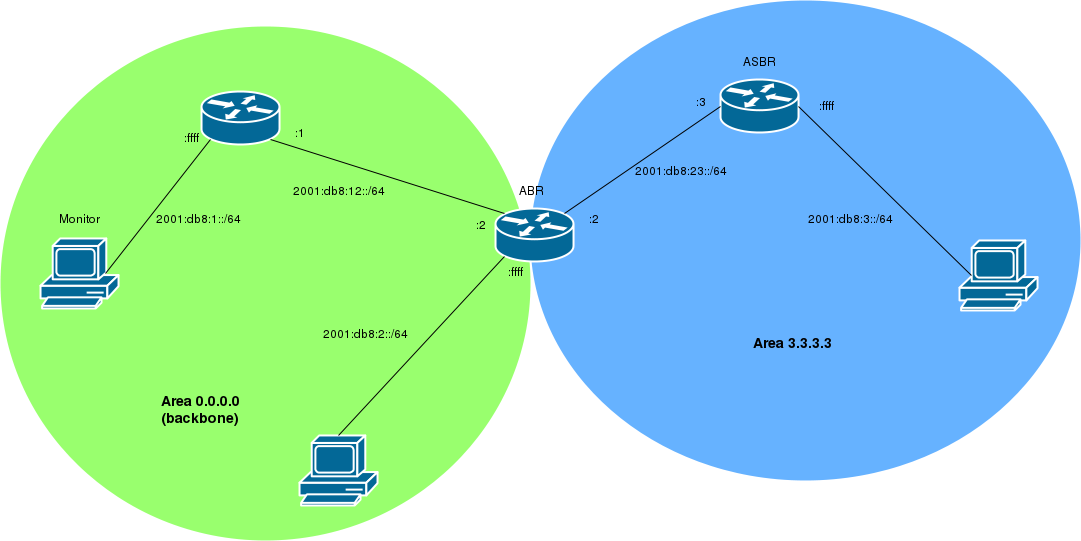
The draw.io diagram image/4/lsa4.png in werew/tpreseau, before a commit. Source tidied: cells renumbered, new cells last; positions are measured from the earlier drawing's top-left corner, leaving out a move shared by most shapes. Its diagram source:
```xml
<mxGraphModel background="#ffffff">
  <root>
    <mxCell id="0" />
    <mxCell id="1" parent="0" />
    <mxCell id="2" style="ellipse;whiteSpace=wrap;html=1;fillColor=#66B2FF;strokeColor=none;" parent="1" vertex="1">
      <mxGeometry x="530" width="550" height="480" as="geometry" />
    </mxCell>
    <mxCell id="3" style="ellipse;whiteSpace=wrap;html=1;fillColor=#99FF6E;strokeColor=none;" parent="1" vertex="1">
      <mxGeometry y="26" width="530" height="514" as="geometry" />
    </mxCell>
    <mxCell id="4" style="shape=mxgraph.cisco.routers.router;html=1;dashed=0;fillColor=#036897;strokeColor=#ffffff;strokeWidth=2;verticalLabelPosition=bottom;verticalAlign=top;" parent="1" vertex="1">
      <mxGeometry x="201" y="91" width="78" height="53" as="geometry" />
    </mxCell>
    <mxCell id="5" style="shape=mxgraph.cisco.routers.router;html=1;dashed=0;fillColor=#036897;strokeColor=#ffffff;strokeWidth=2;verticalLabelPosition=bottom;verticalAlign=top;" parent="1" vertex="1">
      <mxGeometry x="495" y="208" width="78" height="53" as="geometry" />
    </mxCell>
    <mxCell id="6" style="shape=mxgraph.cisco.routers.router;html=1;dashed=0;fillColor=#036897;strokeColor=#ffffff;strokeWidth=2;verticalLabelPosition=bottom;verticalAlign=top;" parent="1" vertex="1">
      <mxGeometry x="720" y="79" width="78" height="53" as="geometry" />
    </mxCell>
    <mxCell id="7" style="shape=mxgraph.cisco.computers_and_peripherals.pc;html=1;dashed=0;fillColor=#036897;strokeColor=#ffffff;strokeWidth=2;verticalLabelPosition=bottom;verticalAlign=top;" parent="1" vertex="1">
      <mxGeometry x="40" y="238" width="78" height="70" as="geometry" />
    </mxCell>
    <mxCell id="8" style="shape=mxgraph.cisco.computers_and_peripherals.pc;html=1;dashed=0;fillColor=#036897;strokeColor=#ffffff;strokeWidth=2;verticalLabelPosition=bottom;verticalAlign=top;" parent="1" vertex="1">
      <mxGeometry x="299" y="435" width="78" height="70" as="geometry" />
    </mxCell>
    <mxCell id="9" style="shape=mxgraph.cisco.computers_and_peripherals.pc;html=1;dashed=0;fillColor=#036897;strokeColor=#ffffff;strokeWidth=2;verticalLabelPosition=bottom;verticalAlign=top;" parent="1" vertex="1">
      <mxGeometry x="959" y="240" width="78" height="70" as="geometry" />
    </mxCell>
    <mxCell id="10" style="endArrow=none;html=1;entryX=0.88;entryY=0.9;entryPerimeter=0;exitX=0.12;exitY=0.1;exitPerimeter=0;" parent="1" edge="1" source="5" target="4">
      <mxGeometry relative="1" as="geometry" />
    </mxCell>
    <mxCell id="11" style="endArrow=none;html=1;exitX=0.88;exitY=0.1;exitPerimeter=0;entryX=0;entryY=0.5;entryPerimeter=0;" parent="1" edge="1" source="5" target="6">
      <mxGeometry relative="1" as="geometry" />
    </mxCell>
    <mxCell id="12" style="endArrow=none;html=1;exitX=1;exitY=0.5;exitPerimeter=0;entryX=0.16;entryY=0.5;entryPerimeter=0;" parent="1" edge="1" source="6" target="9">
      <mxGeometry relative="1" as="geometry" />
    </mxCell>
    <mxCell id="13" style="endArrow=none;html=1;entryX=0.12;entryY=0.9;entryPerimeter=0;exitX=0.5;exitY=0;exitPerimeter=0;" parent="1" edge="1" source="8" target="5">
      <mxGeometry relative="1" as="geometry" />
    </mxCell>
    <mxCell id="14" style="endArrow=none;html=1;exitX=0.83;exitY=0.5;exitPerimeter=0;entryX=0.12;entryY=0.9;entryPerimeter=0;" parent="1" edge="1" source="7" target="4">
      <mxGeometry relative="1" as="geometry" />
    </mxCell>
    <mxCell id="15" value="&lt;b&gt;&lt;font style=&quot;font-size: 14px&quot;&gt;Area 0.0.0.0&lt;br&gt;(backbone)&lt;br&gt;&lt;/font&gt;&lt;/b&gt;" style="text;html=1;strokeColor=none;fillColor=none;align=center;verticalAlign=middle;whiteSpace=wrap;" parent="1" vertex="1">
      <mxGeometry x="148" y="383" width="102" height="52" as="geometry" />
    </mxCell>
    <mxCell id="16" value="&lt;font style=&quot;font-size: 14px&quot;&gt;&lt;b&gt;Area 3.3.3.3&lt;br&gt;&lt;/b&gt;&lt;/font&gt;" style="text;html=1;strokeColor=none;fillColor=none;align=center;verticalAlign=middle;whiteSpace=wrap;" parent="1" vertex="1">
      <mxGeometry x="746" y="320" width="90" height="45" as="geometry" />
    </mxCell>
    <mxCell id="17" value="2001:db8:12::/64" style="text;html=1;strokeColor=none;fillColor=none;align=center;verticalAlign=middle;whiteSpace=wrap;" parent="1" vertex="1">
      <mxGeometry x="294" y="180" width="88" height="20" as="geometry" />
    </mxCell>
    <mxCell id="18" value="2001:db8:23::/64" style="text;html=1;strokeColor=none;fillColor=none;align=center;verticalAlign=middle;whiteSpace=wrap;" parent="1" vertex="1">
      <mxGeometry x="660" y="160" width="40" height="20" as="geometry" />
    </mxCell>
    <mxCell id="19" value="2001:db8:1::/64" style="text;html=1;strokeColor=none;fillColor=none;align=center;verticalAlign=middle;whiteSpace=wrap;" parent="1" vertex="1">
      <mxGeometry x="178" y="208" width="40" height="20" as="geometry" />
    </mxCell>
    <mxCell id="20" value="2001:db8:2::/64" style="text;html=1;strokeColor=none;fillColor=none;align=center;verticalAlign=middle;whiteSpace=wrap;" parent="1" vertex="1">
      <mxGeometry x="330" y="323" width="70" height="20" as="geometry" />
    </mxCell>
    <mxCell id="21" value="2001:db8:3::/64" style="text;html=1;strokeColor=none;fillColor=none;align=center;verticalAlign=middle;whiteSpace=wrap;" parent="1" vertex="1">
      <mxGeometry x="805" y="208" width="90" height="20" as="geometry" />
    </mxCell>
    <mxCell id="22" value="Monitor" style="text;html=1;strokeColor=none;fillColor=none;align=center;verticalAlign=middle;whiteSpace=wrap;" parent="1" vertex="1">
      <mxGeometry x="59" y="208" width="40" height="20" as="geometry" />
    </mxCell>
    <mxCell id="23" value="ABR" style="text;html=1;strokeColor=none;fillColor=none;align=center;verticalAlign=middle;whiteSpace=wrap;" parent="1" vertex="1">
      <mxGeometry x="510" y="180" width="40" height="20" as="geometry" />
    </mxCell>
    <mxCell id="24" value="ASBR" style="text;html=1;strokeColor=none;fillColor=none;align=center;verticalAlign=middle;whiteSpace=wrap;" parent="1" vertex="1">
      <mxGeometry x="739" y="51" width="40" height="20" as="geometry" />
    </mxCell>
    <mxCell id="25" value=":ffff" style="text;html=1;strokeColor=none;fillColor=none;align=center;verticalAlign=middle;whiteSpace=wrap;" parent="1" vertex="1">
      <mxGeometry x="170" y="127" width="40" height="20" as="geometry" />
    </mxCell>
    <mxCell id="26" value=":1" style="text;html=1;strokeColor=none;fillColor=none;align=center;verticalAlign=middle;whiteSpace=wrap;" parent="1" vertex="1">
      <mxGeometry x="279" y="122" width="40" height="20" as="geometry" />
    </mxCell>
    <mxCell id="27" value=":2" style="text;html=1;strokeColor=none;fillColor=none;align=center;verticalAlign=middle;whiteSpace=wrap;" parent="1" vertex="1">
      <mxGeometry x="460" y="214" width="40" height="20" as="geometry" />
    </mxCell>
    <mxCell id="28" value=":ffff" style="text;html=1;strokeColor=none;fillColor=none;align=center;verticalAlign=middle;whiteSpace=wrap;" parent="1" vertex="1">
      <mxGeometry x="494" y="261" width="40" height="20" as="geometry" />
    </mxCell>
    <mxCell id="29" value=":2" style="text;html=1;strokeColor=none;fillColor=none;align=center;verticalAlign=middle;whiteSpace=wrap;" parent="1" vertex="1">
      <mxGeometry x="573" y="208" width="40" height="20" as="geometry" />
    </mxCell>
    <mxCell id="30" value=":3" style="text;html=1;strokeColor=none;fillColor=none;align=center;verticalAlign=middle;whiteSpace=wrap;" parent="1" vertex="1">
      <mxGeometry x="680" y="91" width="40" height="20" as="geometry" />
    </mxCell>
    <mxCell id="31" value=":ffff" style="text;html=1;strokeColor=none;fillColor=none;align=center;verticalAlign=middle;whiteSpace=wrap;" parent="1" vertex="1">
      <mxGeometry x="805" y="95" width="40" height="20" as="geometry" />
    </mxCell>
  </root>
</mxGraphModel>
```
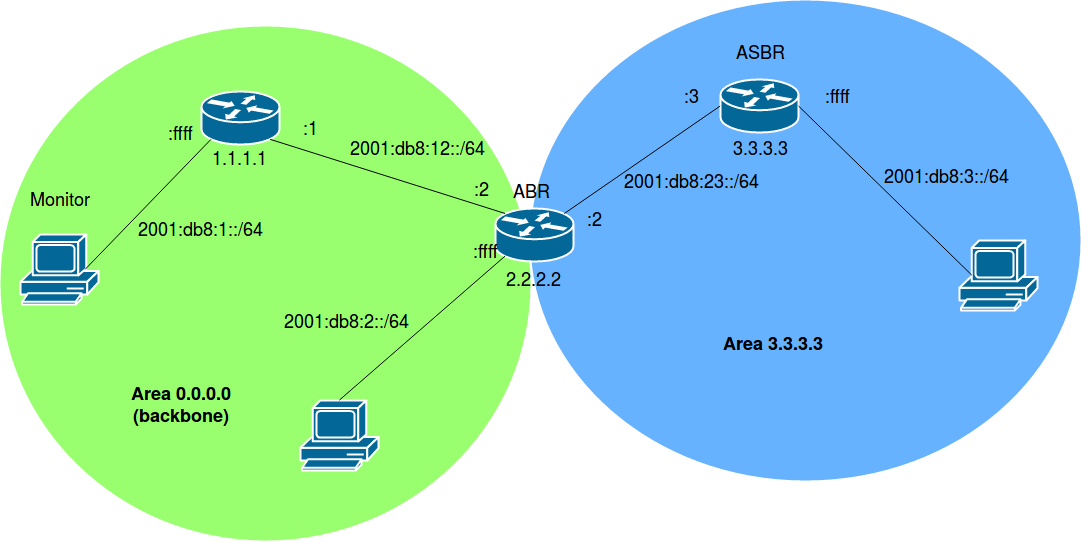
After the change.

What changed in the source:
```diff
@@ -18,10 +18,10 @@
       <mxGeometry x="720" y="79" width="78" height="53" as="geometry" />
     </mxCell>
     <mxCell id="7" style="shape=mxgraph.cisco.computers_and_peripherals.pc;html=1;dashed=0;fillColor=#036897;strokeColor=#ffffff;strokeWidth=2;verticalLabelPosition=bottom;verticalAlign=top;" parent="1" vertex="1">
-      <mxGeometry x="40" y="238" width="78" height="70" as="geometry" />
+      <mxGeometry x="20" y="234" width="78" height="70" as="geometry" />
     </mxCell>
     <mxCell id="8" style="shape=mxgraph.cisco.computers_and_peripherals.pc;html=1;dashed=0;fillColor=#036897;strokeColor=#ffffff;strokeWidth=2;verticalLabelPosition=bottom;verticalAlign=top;" parent="1" vertex="1">
-      <mxGeometry x="299" y="435" width="78" height="70" as="geometry" />
+      <mxGeometry x="300" y="400" width="78" height="70" as="geometry" />
     </mxCell>
     <mxCell id="9" style="shape=mxgraph.cisco.computers_and_peripherals.pc;html=1;dashed=0;fillColor=#036897;strokeColor=#ffffff;strokeWidth=2;verticalLabelPosition=bottom;verticalAlign=top;" parent="1" vertex="1">
       <mxGeometry x="959" y="240" width="78" height="70" as="geometry" />
@@ -41,56 +41,65 @@
     <mxCell id="14" style="endArrow=none;html=1;exitX=0.83;exitY=0.5;exitPerimeter=0;entryX=0.12;entryY=0.9;entryPerimeter=0;" parent="1" edge="1" source="7" target="4">
       <mxGeometry relative="1" as="geometry" />
     </mxCell>
-    <mxCell id="15" value="&lt;b&gt;&lt;font style=&quot;font-size: 14px&quot;&gt;Area 0.0.0.0&lt;br&gt;(backbone)&lt;br&gt;&lt;/font&gt;&lt;/b&gt;" style="text;html=1;strokeColor=none;fillColor=none;align=center;verticalAlign=middle;whiteSpace=wrap;" parent="1" vertex="1">
-      <mxGeometry x="148" y="383" width="102" height="52" as="geometry" />
-    </mxCell>
-    <mxCell id="16" value="&lt;font style=&quot;font-size: 14px&quot;&gt;&lt;b&gt;Area 3.3.3.3&lt;br&gt;&lt;/b&gt;&lt;/font&gt;" style="text;html=1;strokeColor=none;fillColor=none;align=center;verticalAlign=middle;whiteSpace=wrap;" parent="1" vertex="1">
-      <mxGeometry x="746" y="320" width="90" height="45" as="geometry" />
+    <mxCell id="16" value="&lt;font style=&quot;font-size: 18px&quot;&gt;&lt;b&gt;Area 3.3.3.3&lt;br&gt;&lt;/b&gt;&lt;/font&gt;" style="text;html=1;strokeColor=none;fillColor=none;align=center;verticalAlign=middle;whiteSpace=wrap;" parent="1" vertex="1">
+      <mxGeometry x="710" y="320" width="126" height="45" as="geometry" />
     </mxCell>
-    <mxCell id="17" value="2001:db8:12::/64" style="text;html=1;strokeColor=none;fillColor=none;align=center;verticalAlign=middle;whiteSpace=wrap;" parent="1" vertex="1">
-      <mxGeometry x="294" y="180" width="88" height="20" as="geometry" />
+    <mxCell id="17" value="&lt;font style=&quot;font-size: 18px&quot;&gt;2001:db8:12::/64&lt;/font&gt;" style="text;html=1;strokeColor=none;fillColor=none;align=center;verticalAlign=middle;whiteSpace=wrap;" parent="1" vertex="1">
+      <mxGeometry x="372" y="137" width="88" height="20" as="geometry" />
     </mxCell>
-    <mxCell id="18" value="2001:db8:23::/64" style="text;html=1;strokeColor=none;fillColor=none;align=center;verticalAlign=middle;whiteSpace=wrap;" parent="1" vertex="1">
-      <mxGeometry x="660" y="160" width="40" height="20" as="geometry" />
+    <mxCell id="18" value="&lt;font style=&quot;font-size: 18px&quot;&gt;2001:db8:23::/64&lt;/font&gt;" style="text;html=1;strokeColor=none;fillColor=none;align=center;verticalAlign=middle;whiteSpace=wrap;" parent="1" vertex="1">
+      <mxGeometry x="670" y="170" width="40" height="20" as="geometry" />
     </mxCell>
-    <mxCell id="19" value="2001:db8:1::/64" style="text;html=1;strokeColor=none;fillColor=none;align=center;verticalAlign=middle;whiteSpace=wrap;" parent="1" vertex="1">
-      <mxGeometry x="178" y="208" width="40" height="20" as="geometry" />
+    <mxCell id="19" value="&lt;font style=&quot;font-size: 18px&quot;&gt;2001:db8:1::/64&lt;/font&gt;" style="text;html=1;strokeColor=none;fillColor=none;align=center;verticalAlign=middle;whiteSpace=wrap;" parent="1" vertex="1">
+      <mxGeometry x="180" y="218" width="40" height="20" as="geometry" />
     </mxCell>
-    <mxCell id="20" value="2001:db8:2::/64" style="text;html=1;strokeColor=none;fillColor=none;align=center;verticalAlign=middle;whiteSpace=wrap;" parent="1" vertex="1">
-      <mxGeometry x="330" y="323" width="70" height="20" as="geometry" />
+    <mxCell id="20" value="&lt;font style=&quot;font-size: 18px&quot;&gt;2001:db8:2::/64&lt;/font&gt;" style="text;html=1;strokeColor=none;fillColor=none;align=center;verticalAlign=middle;whiteSpace=wrap;" parent="1" vertex="1">
+      <mxGeometry x="310" y="310" width="70" height="20" as="geometry" />
     </mxCell>
-    <mxCell id="21" value="2001:db8:3::/64" style="text;html=1;strokeColor=none;fillColor=none;align=center;verticalAlign=middle;whiteSpace=wrap;" parent="1" vertex="1">
-      <mxGeometry x="805" y="208" width="90" height="20" as="geometry" />
+    <mxCell id="21" value="&lt;font style=&quot;font-size: 18px&quot;&gt;2001:db8:3::/64&lt;/font&gt;" style="text;html=1;strokeColor=none;fillColor=none;align=center;verticalAlign=middle;whiteSpace=wrap;" parent="1" vertex="1">
+      <mxGeometry x="900" y="165" width="90" height="20" as="geometry" />
     </mxCell>
-    <mxCell id="22" value="Monitor" style="text;html=1;strokeColor=none;fillColor=none;align=center;verticalAlign=middle;whiteSpace=wrap;" parent="1" vertex="1">
-      <mxGeometry x="59" y="208" width="40" height="20" as="geometry" />
+    <mxCell id="22" value="&lt;font style=&quot;font-size: 18px&quot;&gt;Monitor&lt;/font&gt;" style="text;html=1;strokeColor=none;fillColor=none;align=center;verticalAlign=middle;whiteSpace=wrap;" parent="1" vertex="1">
+      <mxGeometry x="39" y="188" width="40" height="20" as="geometry" />
     </mxCell>
-    <mxCell id="23" value="ABR" style="text;html=1;strokeColor=none;fillColor=none;align=center;verticalAlign=middle;whiteSpace=wrap;" parent="1" vertex="1">
+    <mxCell id="23" value="&lt;font style=&quot;font-size: 18px&quot;&gt;ABR&lt;/font&gt;" style="text;html=1;strokeColor=none;fillColor=none;align=center;verticalAlign=middle;whiteSpace=wrap;" parent="1" vertex="1">
       <mxGeometry x="510" y="180" width="40" height="20" as="geometry" />
     </mxCell>
-    <mxCell id="24" value="ASBR" style="text;html=1;strokeColor=none;fillColor=none;align=center;verticalAlign=middle;whiteSpace=wrap;" parent="1" vertex="1">
-      <mxGeometry x="739" y="51" width="40" height="20" as="geometry" />
+    <mxCell id="24" value="&lt;font style=&quot;font-size: 18px&quot;&gt;ASBR&lt;/font&gt;" style="text;html=1;strokeColor=none;fillColor=none;align=center;verticalAlign=middle;whiteSpace=wrap;" parent="1" vertex="1">
+      <mxGeometry x="739" y="41" width="40" height="20" as="geometry" />
     </mxCell>
-    <mxCell id="25" value=":ffff" style="text;html=1;strokeColor=none;fillColor=none;align=center;verticalAlign=middle;whiteSpace=wrap;" parent="1" vertex="1">
-      <mxGeometry x="170" y="127" width="40" height="20" as="geometry" />
+    <mxCell id="25" value="&lt;font style=&quot;font-size: 18px&quot;&gt;:ffff&lt;/font&gt;" style="text;html=1;strokeColor=none;fillColor=none;align=center;verticalAlign=middle;whiteSpace=wrap;" parent="1" vertex="1">
+      <mxGeometry x="160" y="122" width="40" height="20" as="geometry" />
     </mxCell>
-    <mxCell id="26" value=":1" style="text;html=1;strokeColor=none;fillColor=none;align=center;verticalAlign=middle;whiteSpace=wrap;" parent="1" vertex="1">
-      <mxGeometry x="279" y="122" width="40" height="20" as="geometry" />
+    <mxCell id="26" value="&lt;font style=&quot;font-size: 18px&quot;&gt;:1&lt;/font&gt;" style="text;html=1;strokeColor=none;fillColor=none;align=center;verticalAlign=middle;whiteSpace=wrap;" parent="1" vertex="1">
+      <mxGeometry x="290" y="117" width="40" height="20" as="geometry" />
     </mxCell>
-    <mxCell id="27" value=":2" style="text;html=1;strokeColor=none;fillColor=none;align=center;verticalAlign=middle;whiteSpace=wrap;" parent="1" vertex="1">
-      <mxGeometry x="460" y="214" width="40" height="20" as="geometry" />
+    <mxCell id="27" value="&lt;font style=&quot;font-size: 18px&quot;&gt;:2&lt;/font&gt;" style="text;html=1;strokeColor=none;fillColor=none;align=center;verticalAlign=middle;whiteSpace=wrap;" parent="1" vertex="1">
+      <mxGeometry x="460" y="178" width="40" height="20" as="geometry" />
     </mxCell>
-    <mxCell id="28" value=":ffff" style="text;html=1;strokeColor=none;fillColor=none;align=center;verticalAlign=middle;whiteSpace=wrap;" parent="1" vertex="1">
-      <mxGeometry x="494" y="261" width="40" height="20" as="geometry" />
+    <mxCell id="28" value="&lt;font style=&quot;font-size: 18px&quot;&gt;:ffff&lt;/font&gt;" style="text;html=1;strokeColor=none;fillColor=none;align=center;verticalAlign=middle;whiteSpace=wrap;" parent="1" vertex="1">
+      <mxGeometry x="464" y="240" width="40" height="20" as="geometry" />
     </mxCell>
-    <mxCell id="29" value=":2" style="text;html=1;strokeColor=none;fillColor=none;align=center;verticalAlign=middle;whiteSpace=wrap;" parent="1" vertex="1">
+    <mxCell id="29" value="&lt;font style=&quot;font-size: 18px&quot;&gt;:2&lt;/font&gt;" style="text;html=1;strokeColor=none;fillColor=none;align=center;verticalAlign=middle;whiteSpace=wrap;" parent="1" vertex="1">
       <mxGeometry x="573" y="208" width="40" height="20" as="geometry" />
     </mxCell>
-    <mxCell id="30" value=":3" style="text;html=1;strokeColor=none;fillColor=none;align=center;verticalAlign=middle;whiteSpace=wrap;" parent="1" vertex="1">
-      <mxGeometry x="680" y="91" width="40" height="20" as="geometry" />
+    <mxCell id="30" value="&lt;font style=&quot;font-size: 18px&quot;&gt;:3&lt;/font&gt;" style="text;html=1;strokeColor=none;fillColor=none;align=center;verticalAlign=middle;whiteSpace=wrap;" parent="1" vertex="1">
+      <mxGeometry x="670" y="85" width="40" height="20" as="geometry" />
     </mxCell>
-    <mxCell id="31" value=":ffff" style="text;html=1;strokeColor=none;fillColor=none;align=center;verticalAlign=middle;whiteSpace=wrap;" parent="1" vertex="1">
-      <mxGeometry x="805" y="95" width="40" height="20" as="geometry" />
+    <mxCell id="31" value="&lt;font style=&quot;font-size: 18px&quot;&gt;:ffff&lt;/font&gt;" style="text;html=1;strokeColor=none;fillColor=none;align=center;verticalAlign=middle;whiteSpace=wrap;" parent="1" vertex="1">
+      <mxGeometry x="816" y="85" width="40" height="20" as="geometry" />
     </mxCell>
+    <mxCell id="15" value="&lt;font style=&quot;font-size: 18px&quot;&gt;&lt;b&gt;Area 0.0.0.0&lt;br&gt;(backbone)&lt;br&gt;&lt;/b&gt;&lt;/font&gt;" style="text;html=1;strokeColor=none;fillColor=none;align=center;verticalAlign=middle;whiteSpace=wrap;" parent="1" vertex="1">
+      <mxGeometry x="118" y="380" width="126" height="45" as="geometry" />
+    </mxCell>
+    <mxCell id="32" value="&lt;font style=&quot;font-size: 18px&quot;&gt;3.3.3.3&lt;/font&gt;" style="text;html=1;strokeColor=none;fillColor=none;align=center;verticalAlign=middle;whiteSpace=wrap;" parent="1" vertex="1">
+      <mxGeometry x="739" y="137" width="40" height="20" as="geometry" />
+    </mxCell>
+    <mxCell id="33" value="&lt;font style=&quot;font-size: 18px&quot;&gt;2.2.2.2&lt;/font&gt;" style="text;html=1;" parent="1" vertex="1">
+      <mxGeometry x="504" y="261" width="60" height="30" as="geometry" />
+    </mxCell>
+    <mxCell id="34" value="&lt;font style=&quot;font-size: 18px&quot;&gt;1.1.1.1&lt;/font&gt;" style="text;html=1;" parent="1" vertex="1">
+      <mxGeometry x="210" y="140" width="60" height="30" as="geometry" />
+    </mxCell>
   </root>
 </mxGraphModel>
```
